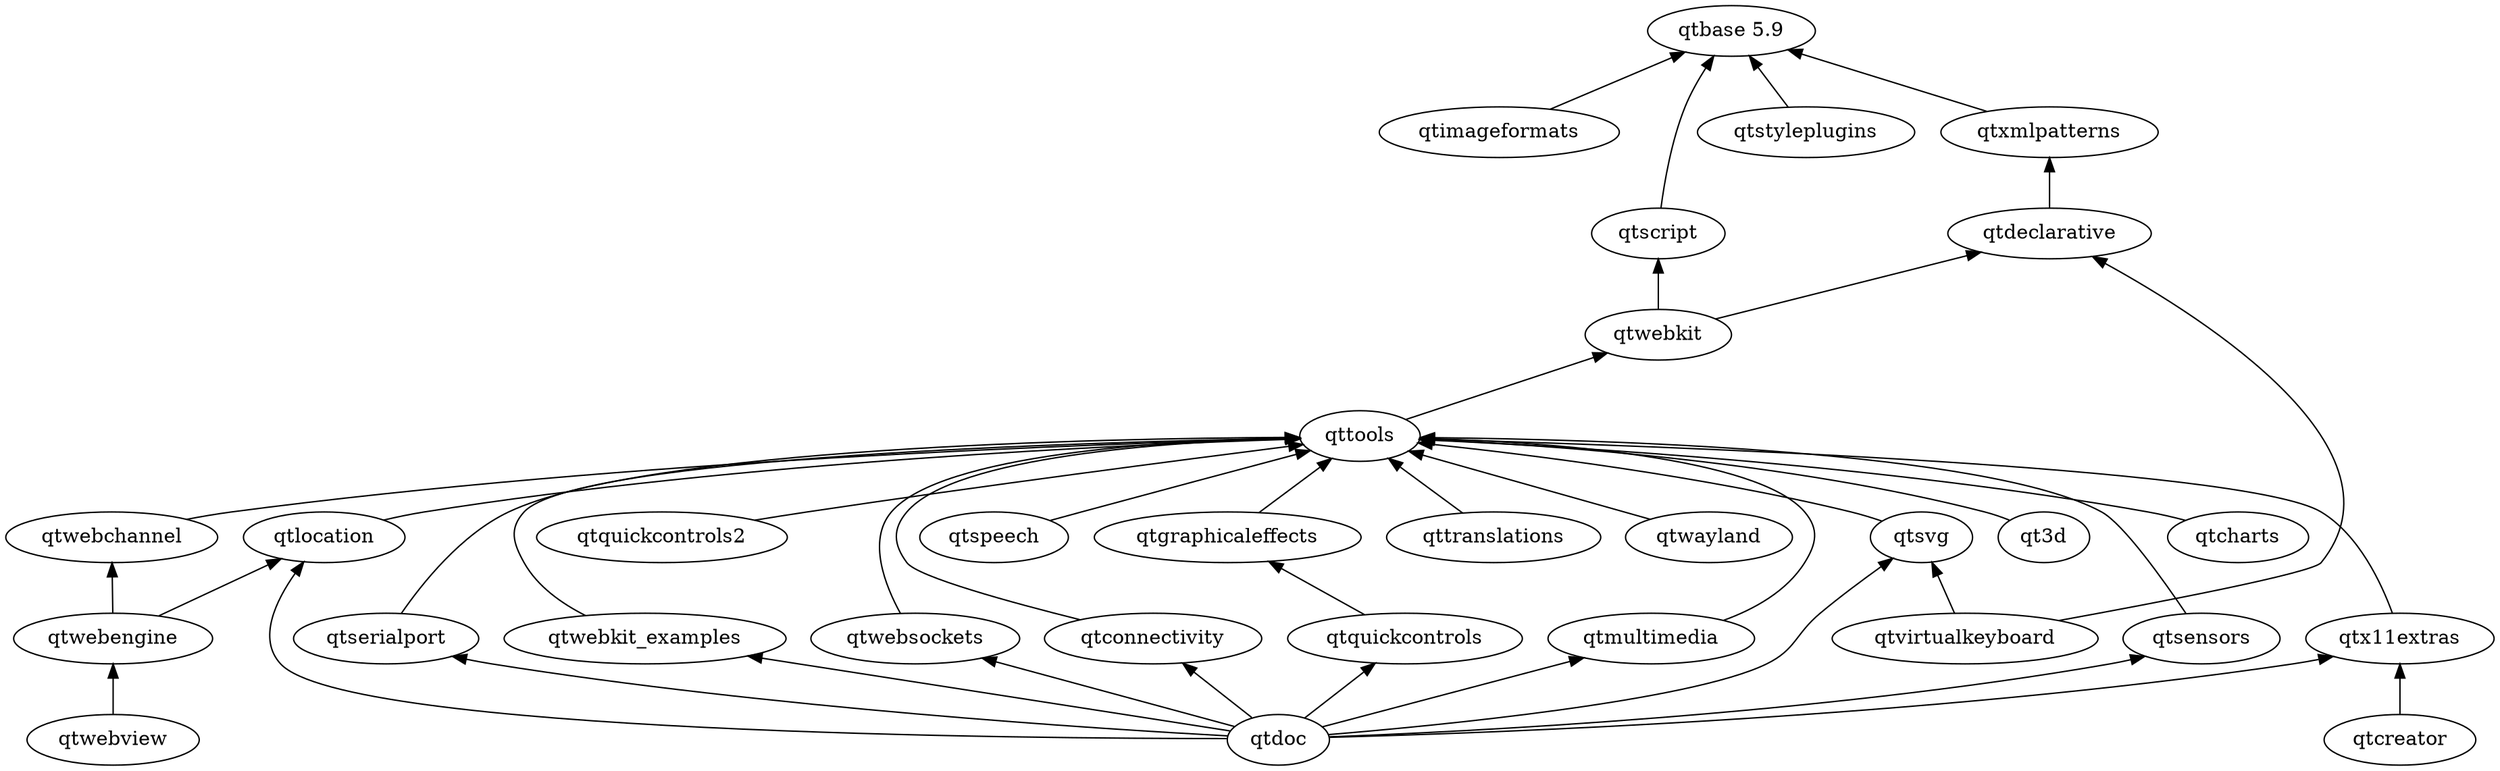
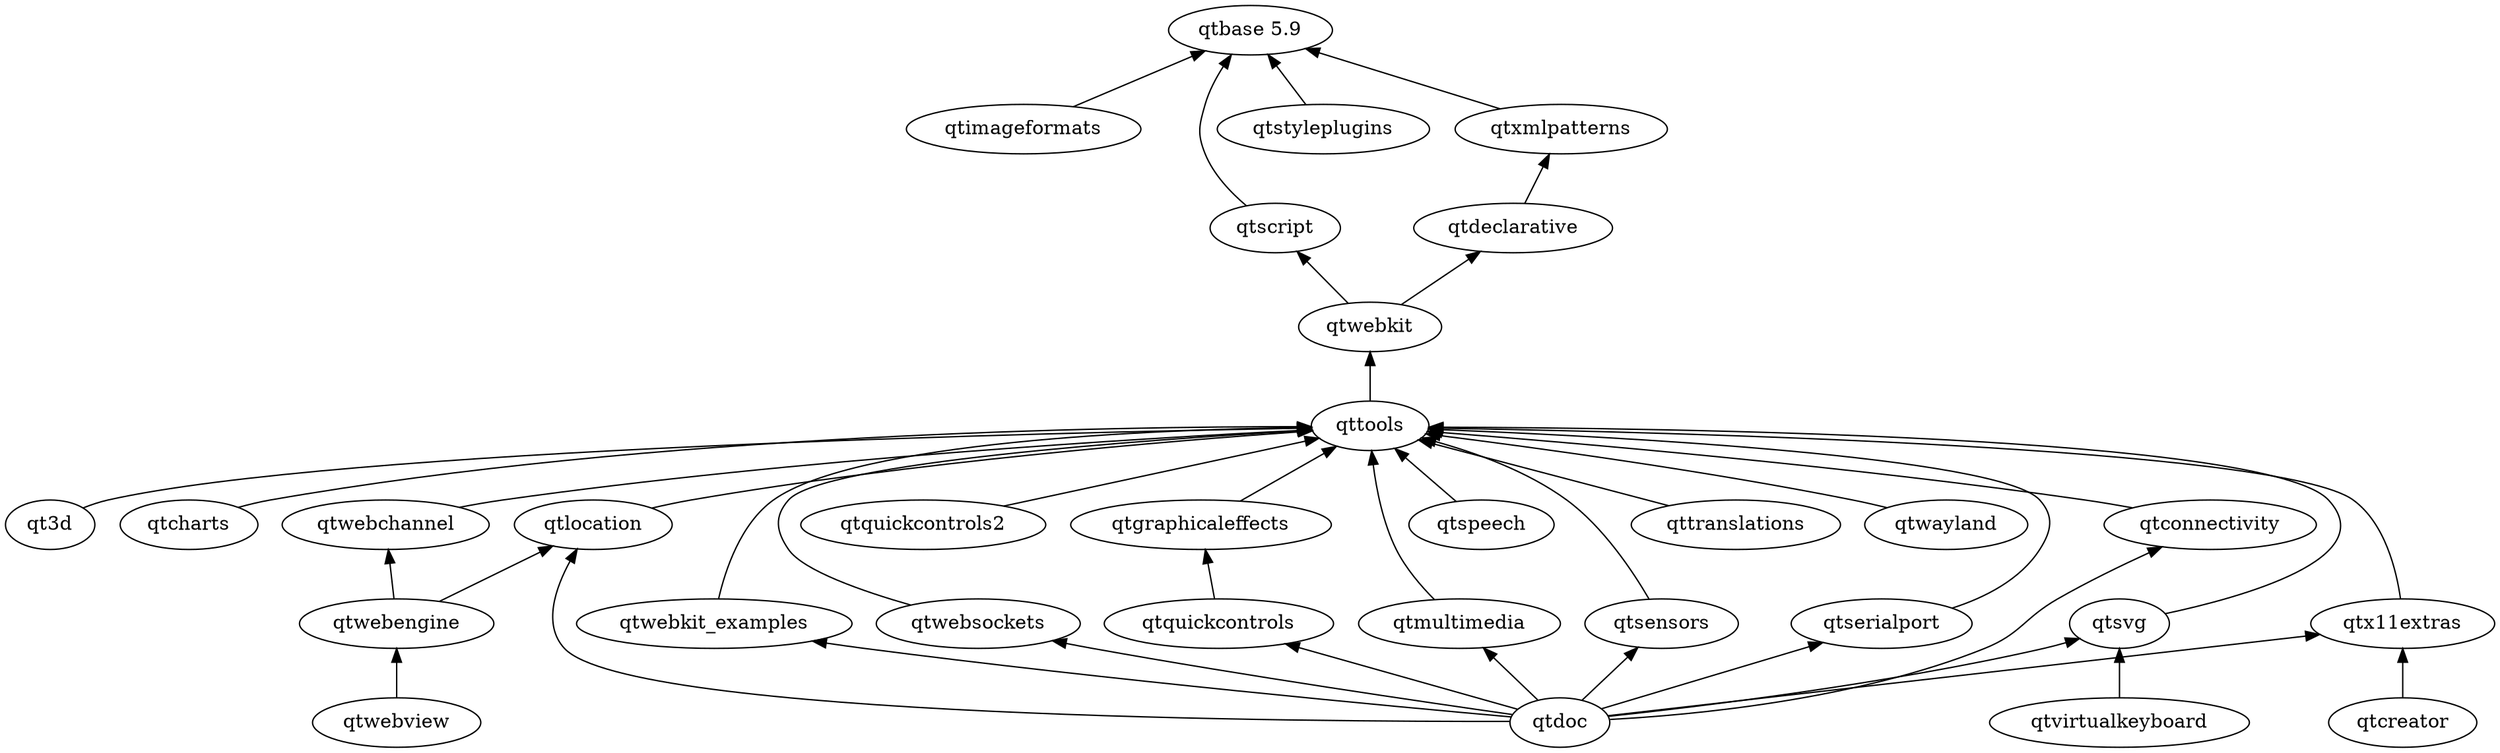
digraph qt5 {
  graph [
    rankdir = "BT"
  ]

  qt3d
  "qtbase 5.9"
  qtcharts
  qtconnectivity
  qtcreator
  qtdeclarative
  qtdoc
  qtgraphicaleffects
  qtimageformats
  qtlocation
  qtmultimedia
  qtquickcontrols
  qtquickcontrols2
  qtscript
  qtsensors
  qtserialport
  qtspeech
  qtstyleplugins
  qtsvg
  qttools
  qttranslations
  qtvirtualkeyboard
  qtwayland
  qtwebchannel
  qtwebengine
  qtwebkit
  qtwebkit_examples
  qtwebsockets
  qtx11extras
  qtxmlpatterns

  qt3d -> qttools
  qtcharts -> qttools
  qtconnectivity -> qttools
  qtcreator -> qtx11extras
  qtdeclarative -> qtxmlpatterns
  qtdoc -> qtconnectivity
  qtdoc -> qtlocation
  qtdoc -> qtmultimedia
  qtdoc -> qtquickcontrols
  qtdoc -> qtsensors
  qtdoc -> qtserialport
  qtdoc -> qtsvg
  qtdoc -> qtwebkit_examples
  qtdoc -> qtwebsockets
  qtdoc -> qtx11extras
  qtgraphicaleffects -> qttools
  qtimageformats -> "qtbase 5.9"
  qtlocation -> qttools
  qtmultimedia -> qttools
  qtquickcontrols -> qtgraphicaleffects
  qtquickcontrols2 -> qttools
  qtscript -> "qtbase 5.9"
  qtsensors -> qttools
  qtserialport -> qttools
  qtspeech -> qttools
  qtstyleplugins -> "qtbase 5.9"
  qtsvg -> qttools
  qttools -> qtwebkit
  qttranslations -> qttools
-   qtvirtualkeyboard -> qtdeclarative
  qtvirtualkeyboard -> qtsvg
  qtwayland -> qttools
  qtwebchannel -> qttools
  qtwebengine -> qtlocation
  qtwebengine -> qtwebchannel
  qtwebview -> qtwebengine
  qtwebkit -> qtdeclarative
  qtwebkit -> qtscript
  qtwebkit_examples -> qttools
  qtwebsockets -> qttools
  qtx11extras -> qttools
  qtxmlpatterns -> "qtbase 5.9"
}
